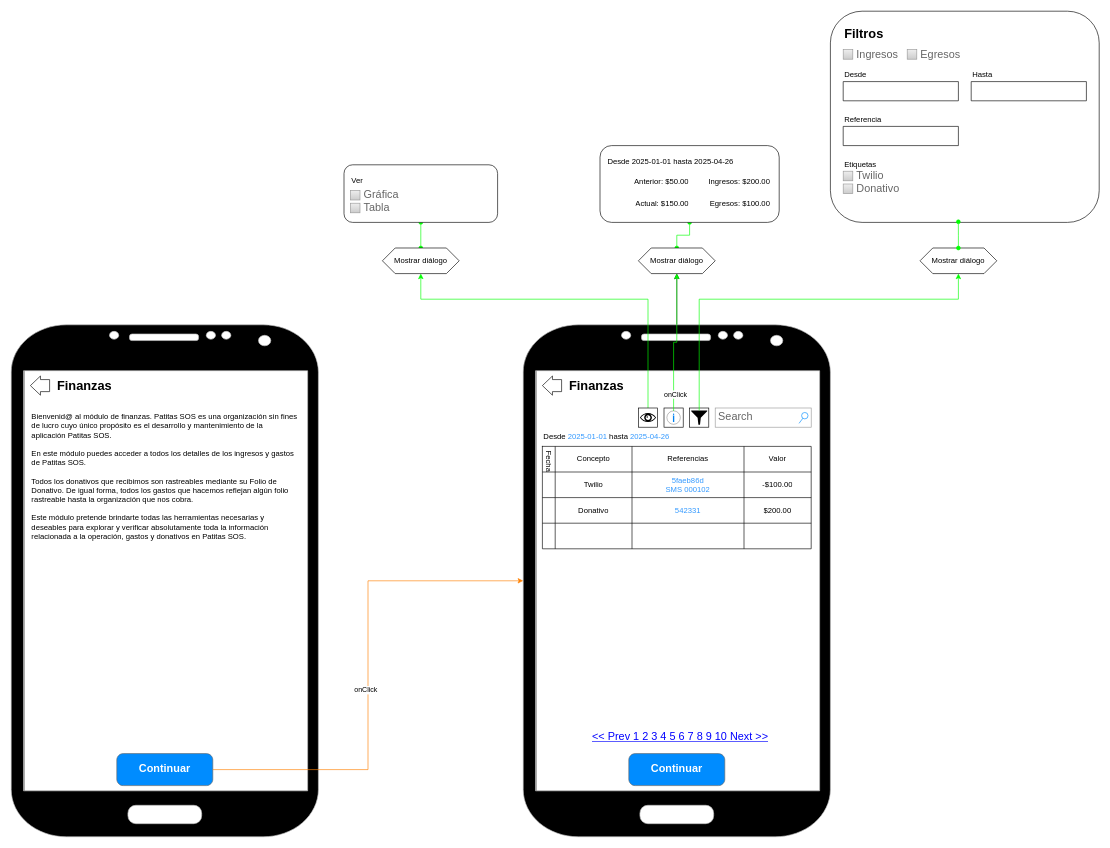
This is draw.io/mockups/Finanzas.drawio from drakuno/diagramas-patitas, a draw.io file, before an edit. Source tidied: cells renumbered, new cells numbered last; positions are measured from the earlier drawing's top-left corner, leaving out a move shared by most shapes. Both pictures are drawn from the tidied source at 64%, with x=0, y=0 at pixel (11, 11).
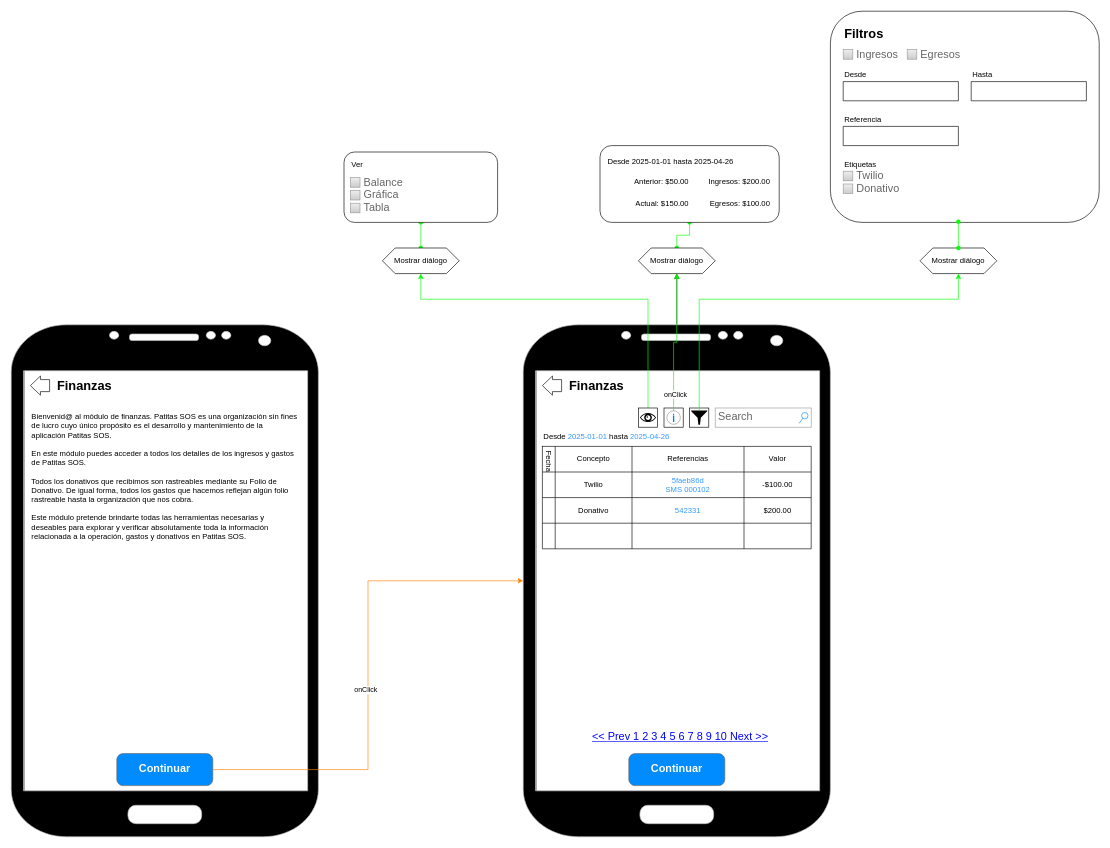
Above is the later version.

What changed in the source:
```diff
@@
     <mxCell id="80" style="rounded=1;whiteSpace=wrap;html=1;" parent="1" vertex="1">
-      <mxGeometry x="520" y="240" width="240" height="90" as="geometry" />
+      <mxGeometry x="520" y="220" width="240" height="110" as="geometry" />
     </mxCell>
     <mxCell id="81" value="&lt;div align=&quot;left&quot;&gt;Ver&lt;/div&gt;" style="text;html=1;align=left;verticalAlign=middle;whiteSpace=wrap;rounded=0;" parent="1" vertex="1">
-      <mxGeometry x="530" y="250" width="60" height="30" as="geometry" />
+      <mxGeometry x="530" y="225" width="60" height="30" as="geometry" />
     </mxCell>
@@
+    <mxCell id="84" value="Balance" style="strokeWidth=1;shadow=0;dashed=0;align=center;html=1;shape=mxgraph.mockup.forms.rrect;rSize=0;fillColor=#eeeeee;strokeColor=#999999;gradientColor=#cccccc;align=left;spacingLeft=4;fontSize=17;fontColor=#666666;labelPosition=right;" parent="1" vertex="1">
+      <mxGeometry x="530" y="260" width="15" height="15" as="geometry" />
+    </mxCell>
```
